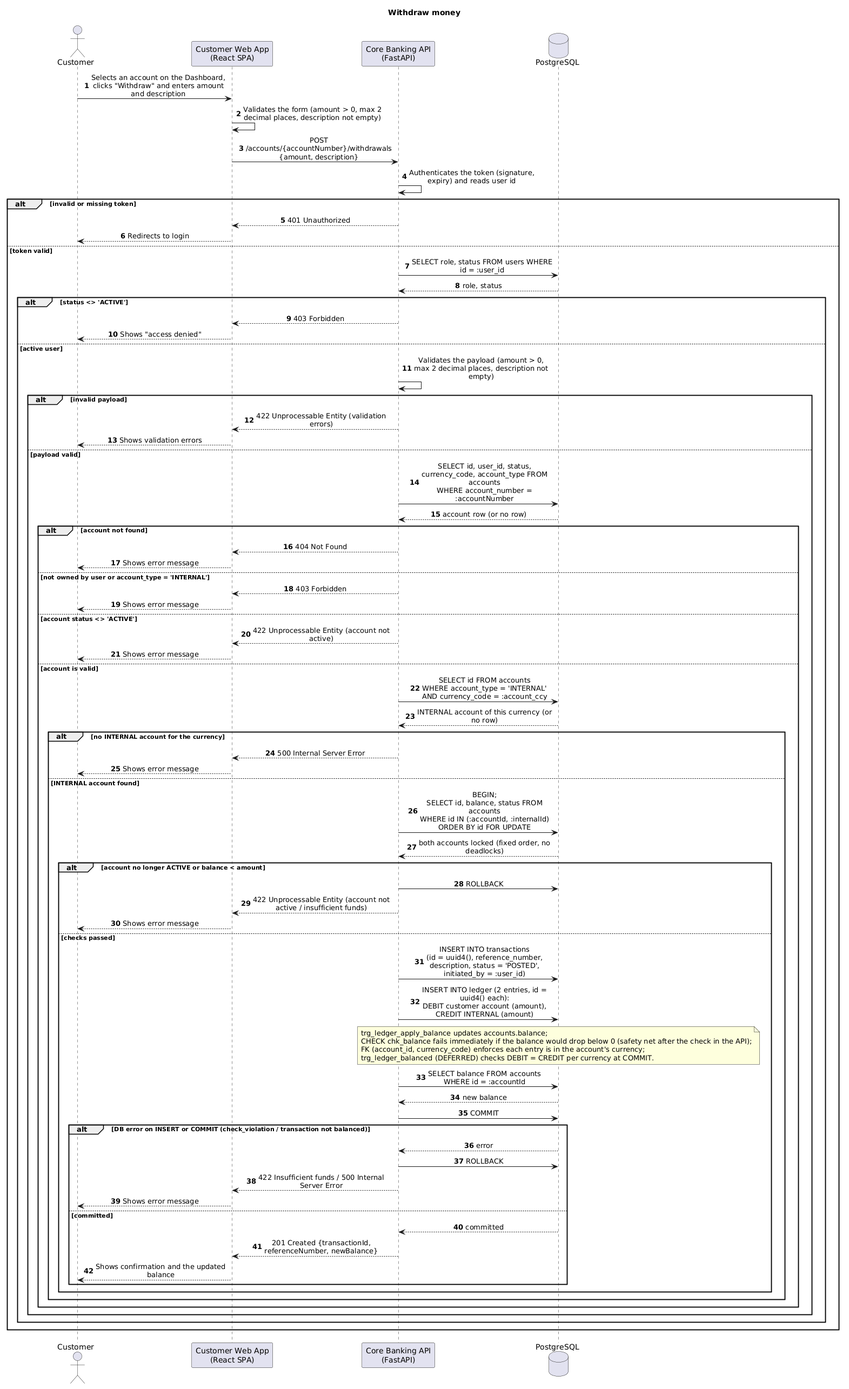
K0D1Z/software-engineering-project keeps this PlantUML diagram as docs/sequence_diagrams/png/withdraw_money_sequence.png. Above is the earlier version. The source it was exported from:
```plantuml
@startuml
title Withdraw money
autonumber
skinparam sequenceMessageAlign center
skinparam responseMessageBelowArrow false
skinparam maxMessageSize 260

actor "Customer" as customer
participant "Customer Web App\n(React SPA)" as spa
participant "Core Banking API\n(FastAPI)" as api
database "PostgreSQL" as db

customer -> spa : Selects an account on the Dashboard, clicks "Withdraw" and enters amount and description
spa -> spa : Validates the form (amount > 0, max 2 decimal places, description not empty)
spa -> api : POST /accounts/{accountNumber}/withdrawals {amount, description}
api -> api : Authenticates the token (signature, expiry) and reads user id

alt invalid or missing token
    api --> spa : 401 Unauthorized
    spa --> customer : Redirects to login
else token valid
    api -> db : SELECT role, status FROM users WHERE id = :user_id
    db --> api : role, status
    alt status <> 'ACTIVE'
        api --> spa : 403 Forbidden
        spa --> customer : Shows "access denied"
    else active user
        api -> api : Validates the payload (amount > 0, max 2 decimal places, description not empty)
        alt invalid payload
            api --> spa : 422 Unprocessable Entity (validation errors)
            spa --> customer : Shows validation errors
        else payload valid
            api -> db : SELECT id, user_id, status, currency_code, account_type FROM accounts\nWHERE account_number = :accountNumber
            db --> api : account row (or no row)
            alt account not found
                api --> spa : 404 Not Found
                spa --> customer : Shows error message
            else not owned by user or account_type = 'INTERNAL'
                api --> spa : 403 Forbidden
                spa --> customer : Shows error message
            else account status <> 'ACTIVE'
                api --> spa : 422 Unprocessable Entity (account not active)
                spa --> customer : Shows error message
            else account is valid
                api -> db : SELECT id FROM accounts\nWHERE account_type = 'INTERNAL' AND currency_code = :account_ccy
                db --> api : INTERNAL account of this currency (or no row)
                alt no INTERNAL account for the currency
                    api --> spa : 500 Internal Server Error
                    spa --> customer : Shows error message
                else INTERNAL account found
                    api -> db : BEGIN;\nSELECT id, balance, status FROM accounts\nWHERE id IN (:accountId, :internalId)\nORDER BY id FOR UPDATE
                    db --> api : both accounts locked (fixed order, no deadlocks)
                    alt account no longer ACTIVE or balance < amount
                        api -> db : ROLLBACK
                        api --> spa : 422 Unprocessable Entity (account not active / insufficient funds)
                        spa --> customer : Shows error message
                    else checks passed
                        api -> db : INSERT INTO transactions\n(id = uuid4(), reference_number, description, status = 'POSTED', initiated_by = :user_id)
                        api -> db : INSERT INTO ledger (2 entries, id = uuid4() each):\nDEBIT customer account (amount), CREDIT INTERNAL (amount)
                        note over db
                            trg_ledger_apply_balance updates accounts.balance;
                            CHECK chk_balance fails immediately if the balance would drop below 0 (safety net after the check in the API);
                            FK (account_id, currency_code) enforces each entry is in the account's currency;
                            trg_ledger_balanced (DEFERRED) checks DEBIT = CREDIT per currency at COMMIT.
                        end note
                        api -> db : SELECT balance FROM accounts WHERE id = :accountId
                        db --> api : new balance
                        api -> db : COMMIT
                        alt DB error on INSERT or COMMIT (check_violation / transaction not balanced)
                            db --> api : error
                            api -> db : ROLLBACK
                            api --> spa : 422 Insufficient funds / 500 Internal Server Error
                            spa --> customer : Shows error message
                        else committed
                            db --> api : committed
                            api --> spa : 201 Created {transactionId, referenceNumber, newBalance}
                            spa --> customer : Shows confirmation and the updated balance
                        end
                    end
                end
            end
        end
    end
end
@enduml
```
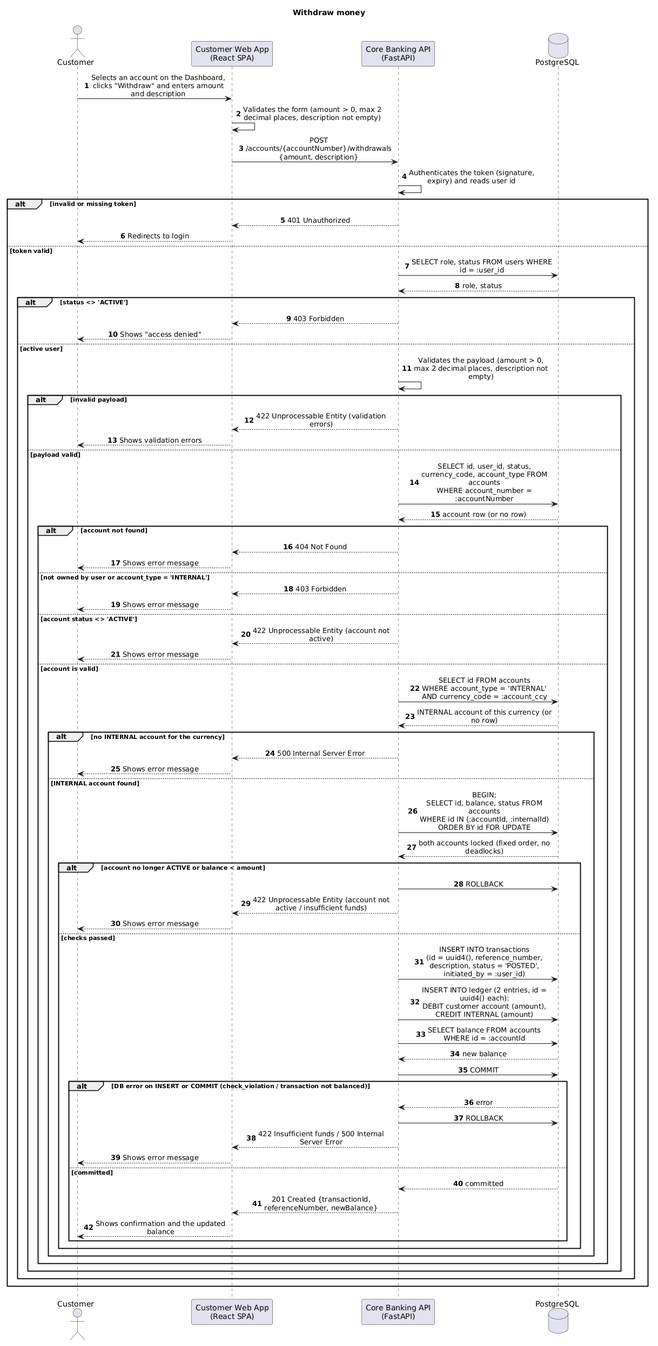
Above is the later version.

Change to the diagram source:
```diff
@@ -57,12 +57,6 @@
                     else checks passed
                         api -> db : INSERT INTO transactions\n(id = uuid4(), reference_number, description, status = 'POSTED', initiated_by = :user_id)
                         api -> db : INSERT INTO ledger (2 entries, id = uuid4() each):\nDEBIT customer account (amount), CREDIT INTERNAL (amount)
-                        note over db
-                            trg_ledger_apply_balance updates accounts.balance;
-                            CHECK chk_balance fails immediately if the balance would drop below 0 (safety net after the check in the API);
-                            FK (account_id, currency_code) enforces each entry is in the account's currency;
-                            trg_ledger_balanced (DEFERRED) checks DEBIT = CREDIT per currency at COMMIT.
-                        end note
                         api -> db : SELECT balance FROM accounts WHERE id = :accountId
                         db --> api : new balance
                         api -> db : COMMIT
```
